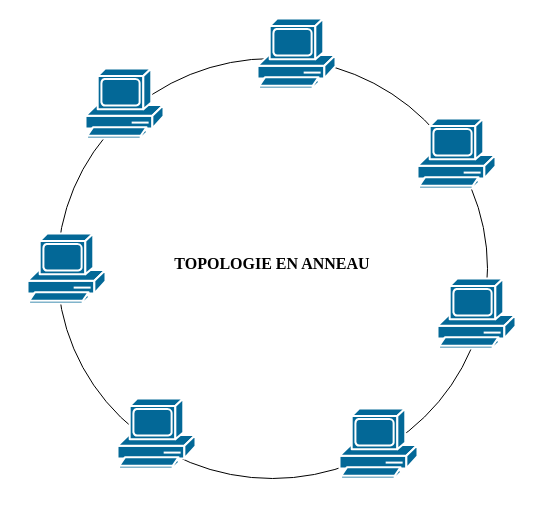
raphaellanglois05-cmyk/test keeps this draw.io diagram as page "Page-1" (1 of 2) of Diagramme sans nom.drawio. Above is the earlier version. Source tidied: cells renumbered, new cells numbered last; positions are measured from the earlier drawing's top-left corner, leaving out a move shared by most shapes. Both pictures are drawn from the tidied source at 100%, with x=0, y=0 at pixel (27, 18).
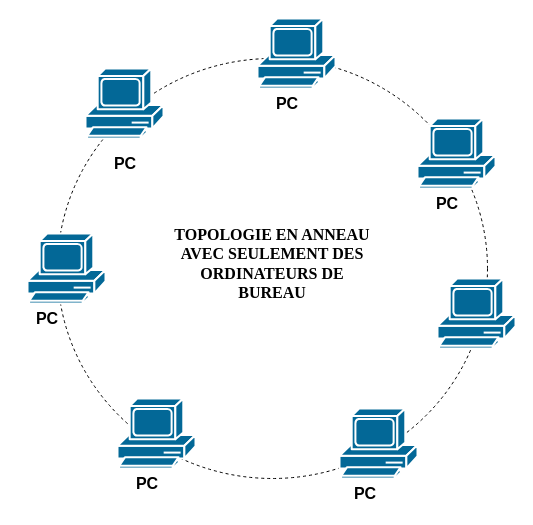
The same page after the edit.

Commit message:
Mettre à jour Diagramme sans nom.drawio

Change to the diagram source:
```diff
@@
 <mxGraphModel>
   <root>
     <mxCell id="0" />
     <mxCell id="1" parent="0" />
-    <mxCell id="2" style="ellipse;whiteSpace=wrap;html=1;shapeInside=1;fillColor=none;" parent="1" vertex="1">
+    <mxCell id="2" style="ellipse;whiteSpace=wrap;html=1;shapeInside=1;fillColor=none;dashed=1;" parent="1" vertex="1">
       <mxGeometry x="30" y="40" width="430" height="420" as="geometry" />
     </mxCell>
     <mxCell id="3" style="sketch=0;html=1;dashed=0;fillColor=#036897;strokeColor=#ffffff;strokeWidth=2;verticalLabelPosition=bottom;verticalAlign=top;align=center;shape=mxgraph.cisco.computers_and_peripherals.pc;labelPerimeter=1;" parent="1" vertex="1">
       <mxGeometry x="230" width="78" height="70" as="geometry" />
     </mxCell>
     <mxCell id="4" style="sketch=0;html=1;dashed=0;fillColor=#036897;strokeColor=#ffffff;strokeWidth=2;verticalLabelPosition=bottom;verticalAlign=top;align=center;shape=mxgraph.cisco.computers_and_peripherals.pc;labelPerimeter=1;" parent="1" vertex="1">
       <mxGeometry y="215" width="78" height="70" as="geometry" />
     </mxCell>
     <mxCell id="5" style="sketch=0;html=1;dashed=0;fillColor=#036897;strokeColor=#ffffff;strokeWidth=2;verticalLabelPosition=bottom;verticalAlign=top;align=center;shape=mxgraph.cisco.computers_and_peripherals.pc;labelPerimeter=1;" parent="1" vertex="1">
       <mxGeometry x="410" y="260" width="78" height="70" as="geometry" />
     </mxCell>
     <mxCell id="6" style="sketch=0;html=1;dashed=0;fillColor=#036897;strokeColor=#ffffff;strokeWidth=2;verticalLabelPosition=bottom;verticalAlign=top;align=center;shape=mxgraph.cisco.computers_and_peripherals.pc;labelPerimeter=1;" parent="1" vertex="1">
       <mxGeometry x="390" y="100" width="78" height="70" as="geometry" />
     </mxCell>
     <mxCell id="7" style="sketch=0;html=1;dashed=0;fillColor=#036897;strokeColor=#ffffff;strokeWidth=2;verticalLabelPosition=bottom;verticalAlign=top;align=center;shape=mxgraph.cisco.computers_and_peripherals.pc;labelPerimeter=1;" parent="1" vertex="1">
       <mxGeometry x="90" y="380" width="78" height="70" as="geometry" />
     </mxCell>
     <mxCell id="8" style="sketch=0;html=1;dashed=0;fillColor=#036897;strokeColor=#ffffff;strokeWidth=2;verticalLabelPosition=bottom;verticalAlign=top;align=center;shape=mxgraph.cisco.computers_and_peripherals.pc;labelPerimeter=1;" parent="1" vertex="1">
       <mxGeometry x="312" y="390" width="78" height="70" as="geometry" />
     </mxCell>
     <mxCell id="9" style="sketch=0;html=1;dashed=0;fillColor=#036897;strokeColor=#ffffff;strokeWidth=2;verticalLabelPosition=bottom;verticalAlign=top;align=center;shape=mxgraph.cisco.computers_and_peripherals.pc;labelPerimeter=1;" parent="1" vertex="1">
       <mxGeometry x="58" y="50" width="78" height="70" as="geometry" />
     </mxCell>
-    <mxCell id="10" value="TOPOLOGIE EN ANNEAU" style="text;html=1;whiteSpace=wrap;strokeColor=none;fillColor=none;align=center;verticalAlign=middle;rounded=0;fontSize=16;fontStyle=1;fontFamily=Times New Roman;" parent="1" vertex="1">
+    <mxCell id="10" value="TOPOLOGIE EN ANNEAU&lt;div&gt;AVEC SEULEMENT DES ORDINATEURS DE BUREAU&lt;/div&gt;" style="text;html=1;whiteSpace=wrap;strokeColor=none;fillColor=none;align=center;verticalAlign=middle;rounded=0;fontSize=16;fontStyle=1;fontFamily=Times New Roman;" parent="1" vertex="1">
       <mxGeometry x="141" y="230" width="208" height="30" as="geometry" />
     </mxCell>
+    <mxCell id="11" value="PC" style="text;html=1;whiteSpace=wrap;strokeColor=none;fillColor=none;align=center;verticalAlign=middle;rounded=0;fontSize=16;fontStyle=1;" parent="1" vertex="1">
+      <mxGeometry x="390" y="170" width="60" height="30" as="geometry" />
+    </mxCell>
+    <mxCell id="12" value="PC" style="text;html=1;whiteSpace=wrap;strokeColor=none;fillColor=none;align=center;verticalAlign=middle;rounded=0;fontSize=16;fontStyle=1;" parent="1" vertex="1">
+      <mxGeometry x="230" y="70" width="60" height="30" as="geometry" />
+    </mxCell>
+    <mxCell id="13" value="PC" style="text;html=1;whiteSpace=wrap;strokeColor=none;fillColor=none;align=center;verticalAlign=middle;rounded=0;fontSize=16;fontStyle=1;" parent="1" vertex="1">
+      <mxGeometry x="-10" y="285" width="60" height="30" as="geometry" />
+    </mxCell>
+    <mxCell id="14" value="PC" style="text;html=1;whiteSpace=wrap;strokeColor=none;fillColor=none;align=center;verticalAlign=middle;rounded=0;fontSize=16;fontStyle=1;" parent="1" vertex="1">
+      <mxGeometry x="90" y="450" width="60" height="30" as="geometry" />
+    </mxCell>
+    <mxCell id="15" value="PC" style="text;html=1;whiteSpace=wrap;strokeColor=none;fillColor=none;align=center;verticalAlign=middle;rounded=0;fontSize=16;fontStyle=1;" parent="1" vertex="1">
+      <mxGeometry x="308" y="460" width="60" height="30" as="geometry" />
+    </mxCell>
+    <mxCell id="16" value="PC" style="text;html=1;whiteSpace=wrap;strokeColor=none;fillColor=none;align=center;verticalAlign=middle;rounded=0;fontSize=16;fontStyle=1;" parent="1" vertex="1">
+      <mxGeometry x="68" y="130" width="60" height="30" as="geometry" />
+    </mxCell>
   </root>
 </mxGraphModel>
```
